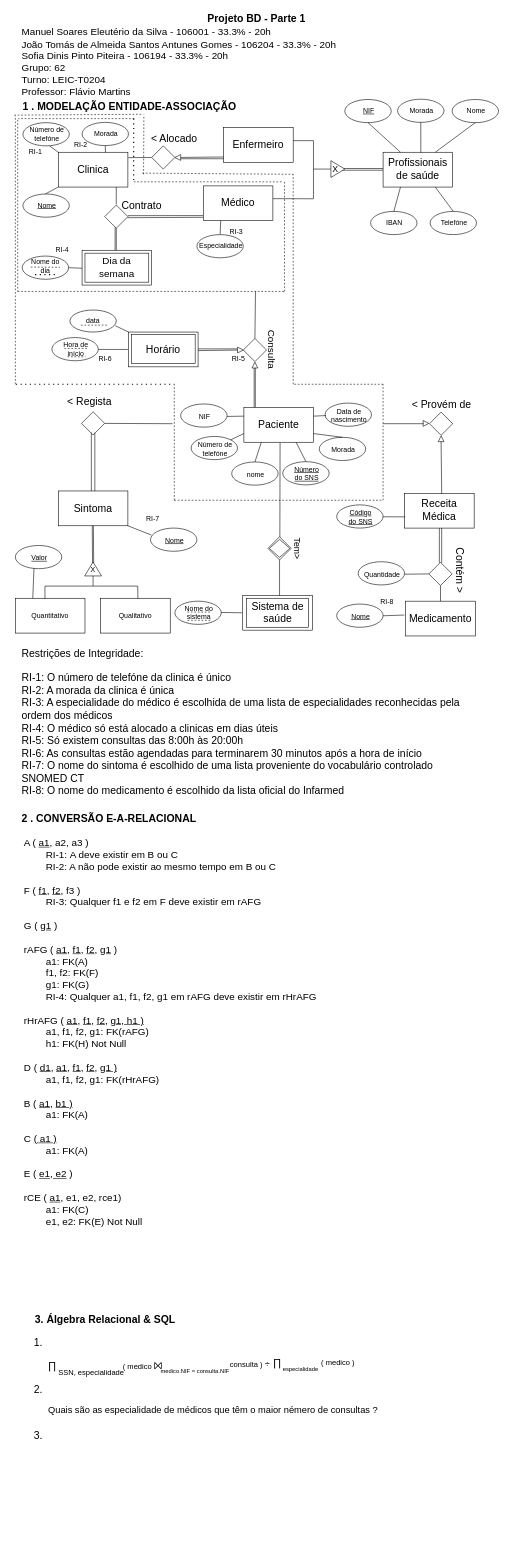
Above: entrega-bd-01-62.drawio in sofi004/DataBase-Project (draw.io), before the change. Source tidied: cells renumbered, new cells numbered last; positions are measured from the earlier drawing's top-left corner, leaving out a move shared by most shapes. Both pictures are drawn from the tidied source at 58%, with x=0, y=0 at pixel (10, 10).
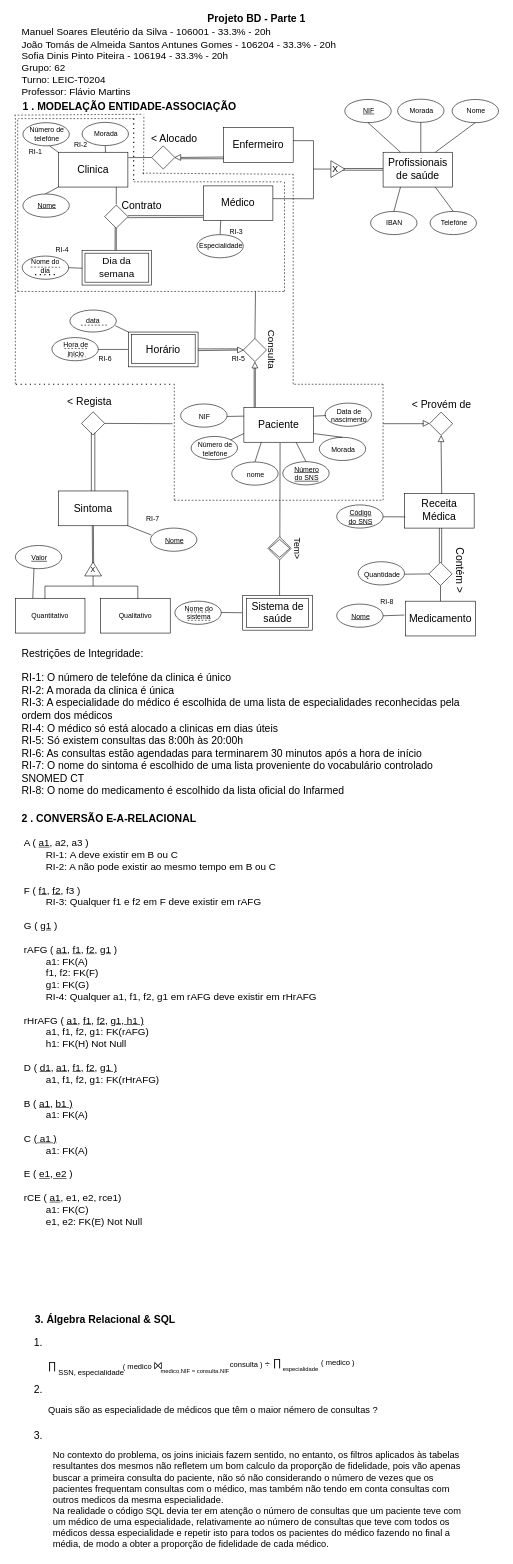
After the change.

Diff of the diagram source:
```diff
@@
+    <mxCell id="199" value="&lt;span style=&quot;font-size: 16px;&quot;&gt;No contexto do problema, os joins iniciais fazem sentido, no entanto, os filtros aplicados às tabelas resultantes dos mesmos não refletem um bom calculo da proporção de fidelidade, pois vão apenas buscar a primeira consulta do paciente, não só não considerando o número de vezes que os pacientes frequentam consultas com o médico, mas também não tendo em conta consultas com outros medicos da mesma especialidade.&lt;br&gt;Na realidade o código SQL devia ter em atenção o número de consultas que um paciente teve com um médico de uma especialidade, relativamente ao número de consultas que teve com todos os médicos dessa especialidade e repetir isto para todos os pacientes do médico fazendo no final a média, de modo a obter a proporção de fidelidade de cada médico.&lt;br&gt;&lt;/span&gt;" style="text;html=1;strokeColor=none;fillColor=none;align=left;verticalAlign=middle;whiteSpace=wrap;rounded=0;" parent="1" vertex="1">
+      <mxGeometry x="72" y="2473" width="728" height="190" as="geometry" />
+    </mxCell>
```
